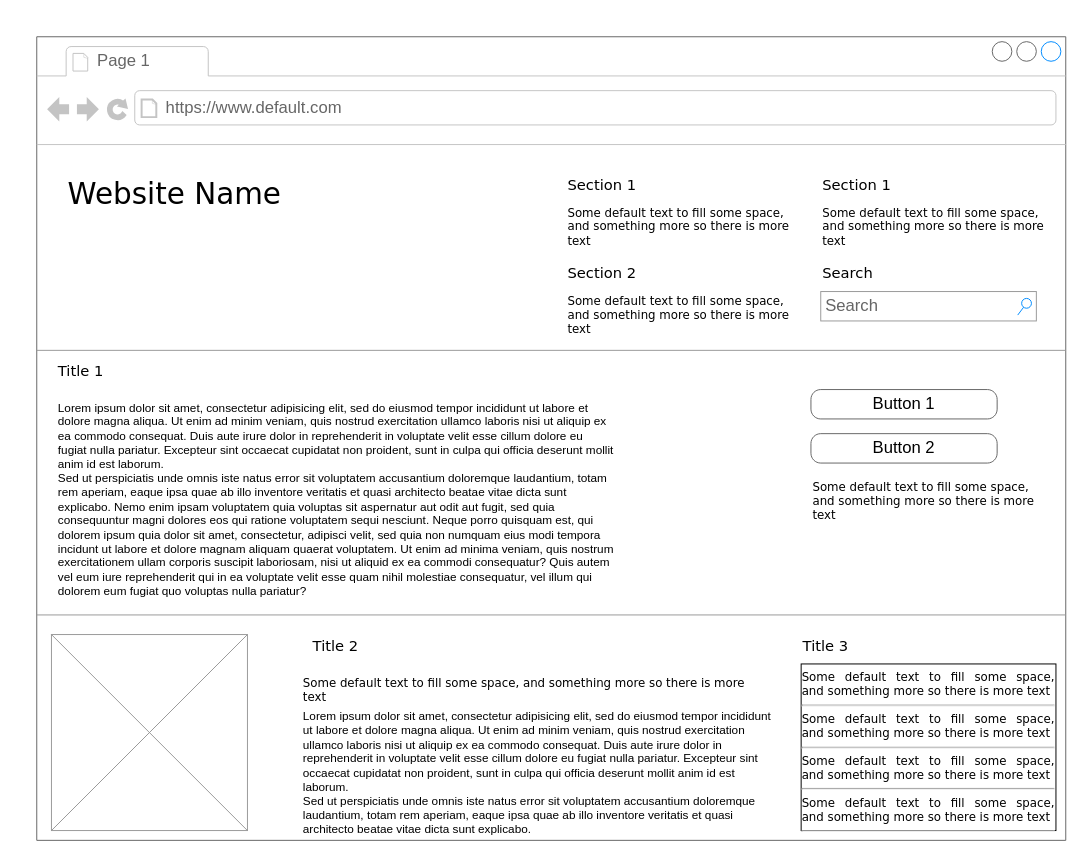
Islammmmmm/sharipov-221-329-web-dev-2023-1 keeps this draw.io diagram as page "Page-1" (1 of 3) of lab2/Диаграмма без названия.drawio. Above is the earlier version. Source tidied: cells renumbered, new cells numbered last; positions are measured from the earlier drawing's top-left corner, leaving out a move shared by most shapes. Both pictures are drawn from the tidied source at 98%, with x=0, y=0 at pixel (36, 36).
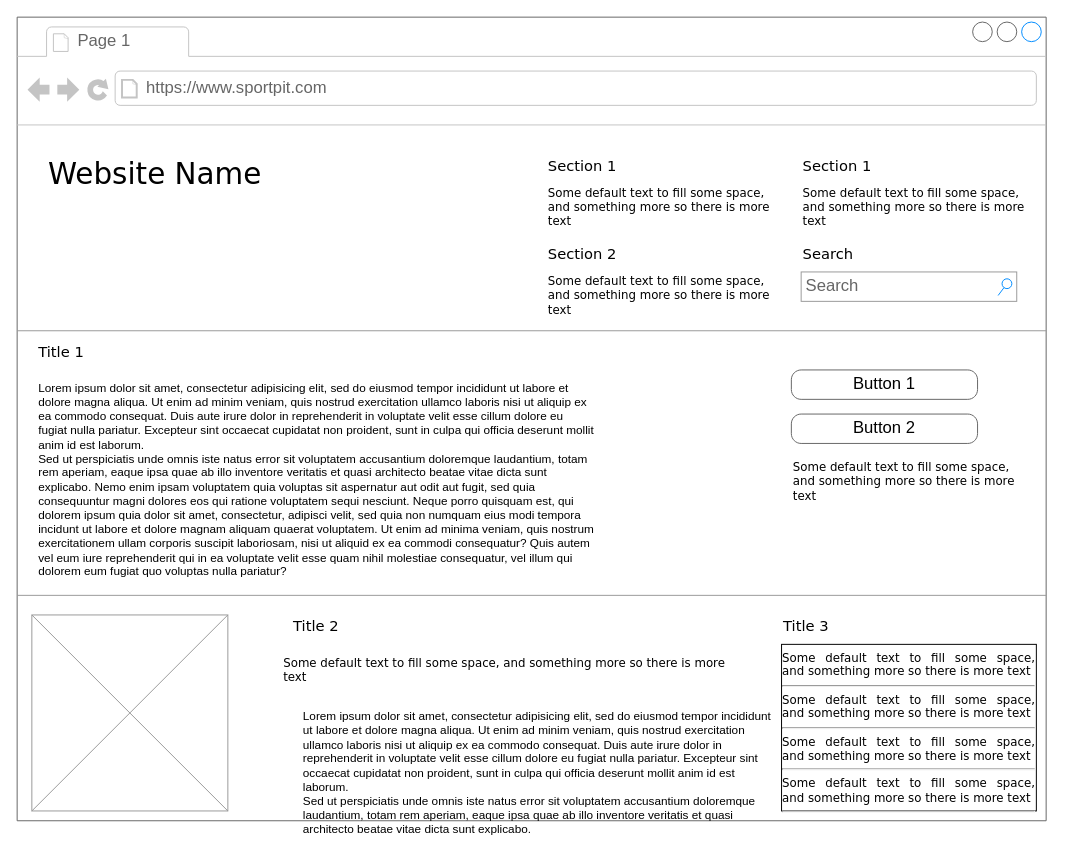
After the change.

The edit, as a diff of the source:
```diff
@@
     <mxCell id="2" style="strokeWidth=1;shadow=0;dashed=0;align=center;html=1;shape=mxgraph.mockup.containers.browserWindow;rSize=0;strokeColor=#666666;mainText=,;rounded=0;labelBackgroundColor=none;fontFamily=Verdana;fontSize=12;" parent="1" vertex="1">
-      <mxGeometry width="1050" height="820" as="geometry" />
+      <mxGeometry x="-20" y="-20" width="1050" height="820" as="geometry" />
     </mxCell>
@@
-    <mxCell id="4" value="https://www.default.com" style="strokeWidth=1;shadow=0;dashed=0;align=center;html=1;shape=mxgraph.mockup.containers.anchor;rSize=0;fontSize=17;fontColor=#666666;align=left;" parent="2" vertex="1">
+    <mxCell id="4" value="https://www.sportpit.com" style="strokeWidth=1;shadow=0;dashed=0;align=center;html=1;shape=mxgraph.mockup.containers.anchor;rSize=0;fontSize=17;fontColor=#666666;align=left;" parent="2" vertex="1">
       <mxGeometry x="130" y="60" width="250" height="26" as="geometry" />
     </mxCell>
```
